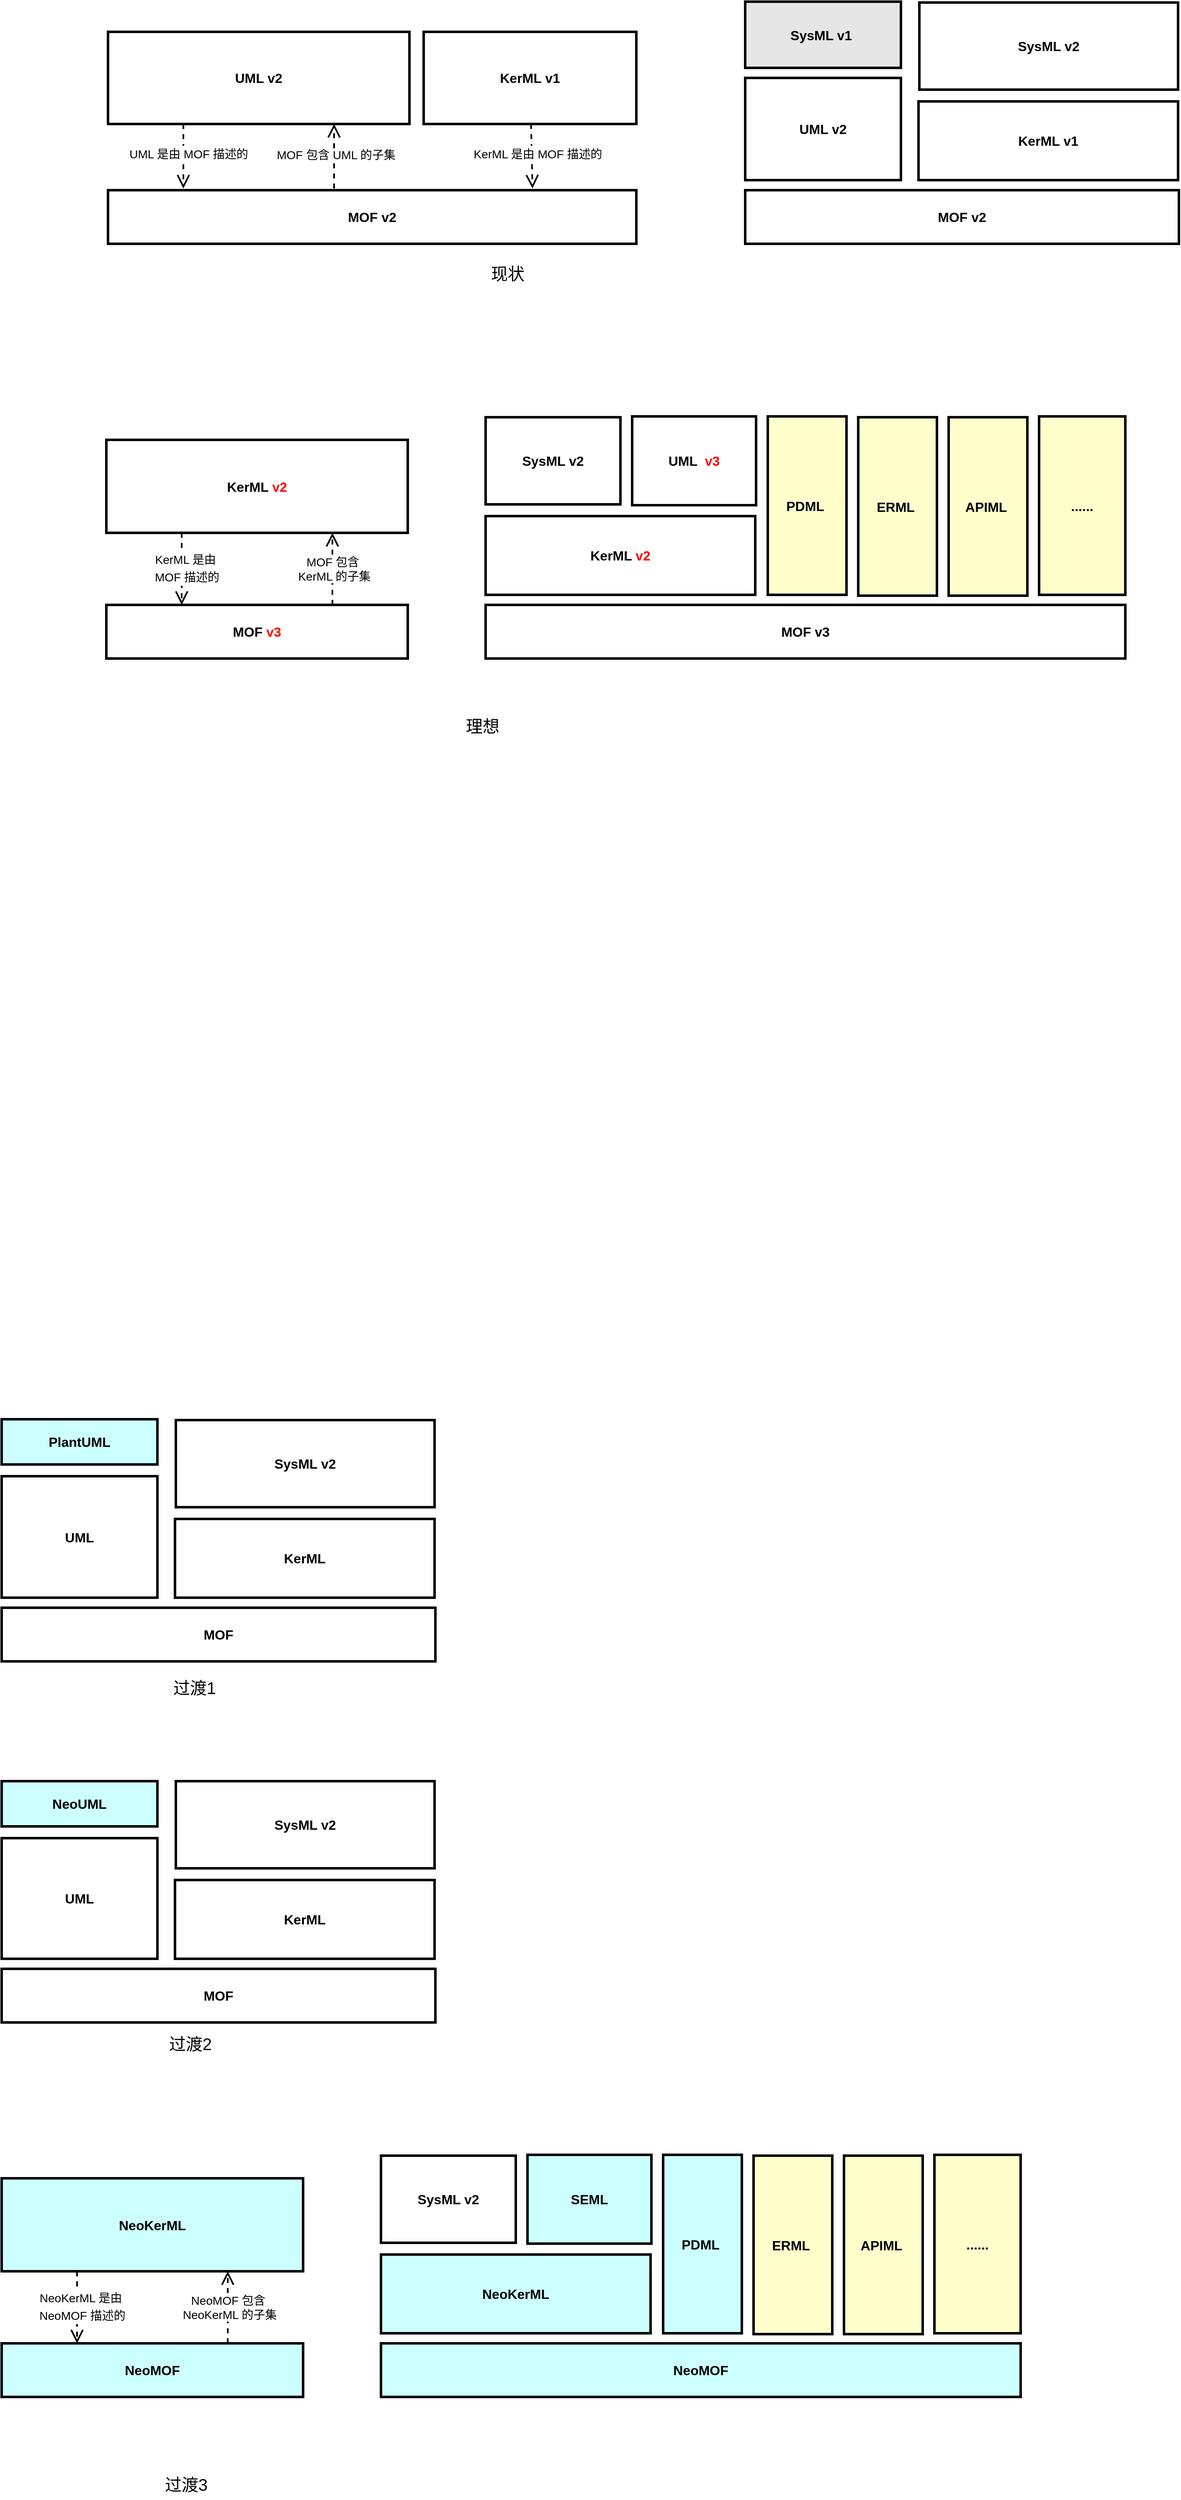
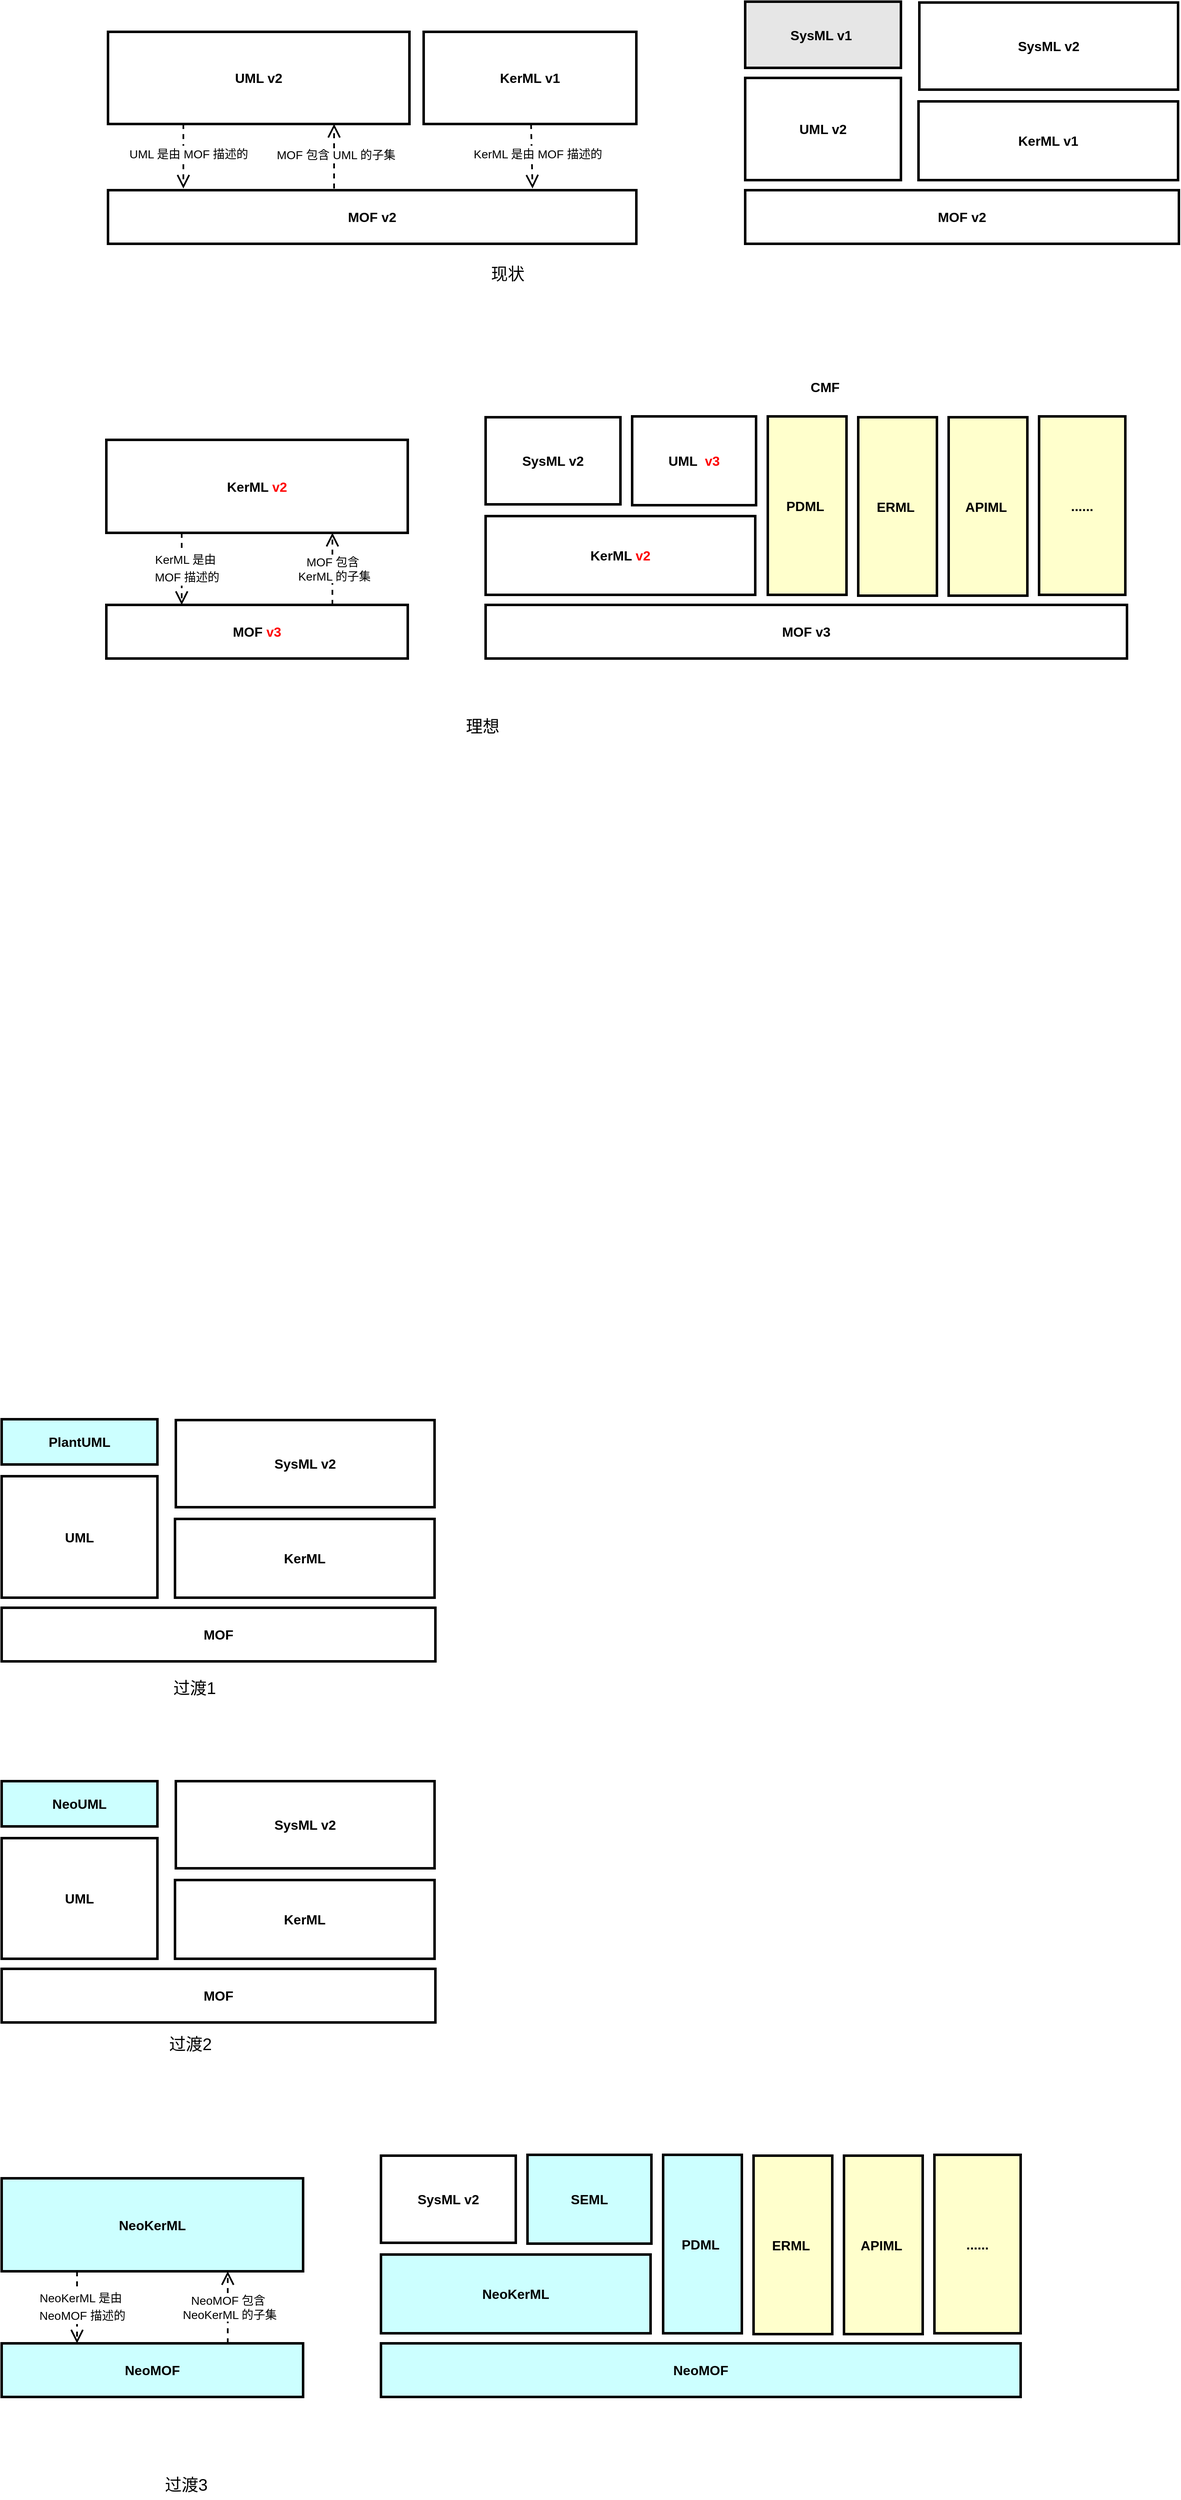
<mxfile host="Electron" agent="Mozilla/5.0 (Macintosh; Intel Mac OS X 10_15_7) AppleWebKit/537.36 (KHTML, like Gecko) draw.io/28.1.2 Chrome/138.0.7204.243 Electron/37.4.0 Safari/537.36" version="28.1.2">
  <diagram name="第 1 页" id="Hfy-JrRKz5rp5OO5RBwC">
-     <mxGraphModel dx="1614" dy="586" grid="0" gridSize="10" guides="1" tooltips="1" connect="1" arrows="1" fold="1" page="0" pageScale="1" pageWidth="1169" pageHeight="827" math="0" shadow="0">
+     <mxGraphModel dx="2497" dy="1220" grid="0" gridSize="10" guides="1" tooltips="1" connect="1" arrows="1" fold="1" page="0" pageScale="1" pageWidth="1169" pageHeight="827" math="0" shadow="0">
      <root>
        <mxCell id="0" />
        <mxCell id="1" parent="0" />
        <mxCell id="injfLy3uqloNW9Txc1e7-1" value="&lt;b&gt;&lt;font style=&quot;font-size: 16px;&quot;&gt;MOF v2&lt;/font&gt;&lt;/b&gt;" style="rounded=0;whiteSpace=wrap;html=1;strokeWidth=3;" parent="1" vertex="1">
          <mxGeometry x="-393" y="378" width="631" height="64" as="geometry" />
        </mxCell>
        <mxCell id="injfLy3uqloNW9Txc1e7-3" value="&lt;b&gt;&lt;font style=&quot;font-size: 16px;&quot;&gt;UML v2&lt;/font&gt;&lt;/b&gt;" style="rounded=0;whiteSpace=wrap;html=1;strokeWidth=3;" parent="1" vertex="1">
          <mxGeometry x="-393" y="189" width="360" height="110" as="geometry" />
        </mxCell>
        <mxCell id="injfLy3uqloNW9Txc1e7-4" value="" style="endArrow=open;html=1;rounded=0;entryX=0.75;entryY=1;entryDx=0;entryDy=0;dashed=1;startArrow=none;startFill=0;endFill=0;strokeWidth=2;endSize=12;" parent="1" target="injfLy3uqloNW9Txc1e7-3" edge="1">
          <mxGeometry width="50" height="50" relative="1" as="geometry">
            <mxPoint x="-123" y="376" as="sourcePoint" />
            <mxPoint x="-125" y="386" as="targetPoint" />
          </mxGeometry>
        </mxCell>
        <mxCell id="injfLy3uqloNW9Txc1e7-6" value="&lt;font style=&quot;font-size: 14px;&quot;&gt;MOF 包含 UML 的子集&lt;/font&gt;" style="edgeLabel;html=1;align=center;verticalAlign=middle;resizable=0;points=[];fontSize=13;" parent="injfLy3uqloNW9Txc1e7-4" vertex="1" connectable="0">
          <mxGeometry x="-0.1172" y="5" relative="1" as="geometry">
            <mxPoint x="7" y="-6" as="offset" />
          </mxGeometry>
        </mxCell>
        <mxCell id="injfLy3uqloNW9Txc1e7-5" value="" style="endArrow=open;html=1;rounded=0;exitX=0.25;exitY=1;exitDx=0;exitDy=0;dashed=1;startArrow=none;startFill=0;endFill=0;strokeWidth=2;endSize=12;" parent="1" source="injfLy3uqloNW9Txc1e7-3" edge="1">
          <mxGeometry width="50" height="50" relative="1" as="geometry">
            <mxPoint x="-253.5" y="281" as="sourcePoint" />
            <mxPoint x="-303" y="376" as="targetPoint" />
          </mxGeometry>
        </mxCell>
        <mxCell id="injfLy3uqloNW9Txc1e7-7" value="&lt;font style=&quot;font-size: 14px;&quot;&gt;UML 是由 MOF 描述的&lt;/font&gt;" style="edgeLabel;html=1;align=center;verticalAlign=middle;resizable=0;points=[];fontSize=17;" parent="injfLy3uqloNW9Txc1e7-5" vertex="1" connectable="0">
          <mxGeometry x="0.1503" y="-2" relative="1" as="geometry">
            <mxPoint x="8" y="-9" as="offset" />
          </mxGeometry>
        </mxCell>
        <mxCell id="injfLy3uqloNW9Txc1e7-8" value="&lt;b&gt;&lt;font style=&quot;font-size: 16px;&quot;&gt;MOF v2&lt;/font&gt;&lt;/b&gt;" style="rounded=0;whiteSpace=wrap;html=1;strokeWidth=3;" parent="1" vertex="1">
          <mxGeometry x="368" y="378" width="518" height="64" as="geometry" />
        </mxCell>
        <mxCell id="injfLy3uqloNW9Txc1e7-9" value="&lt;span style=&quot;font-size: 16px;&quot;&gt;&lt;b&gt;UML v2&lt;/b&gt;&lt;/span&gt;" style="rounded=0;whiteSpace=wrap;html=1;strokeWidth=3;" parent="1" vertex="1">
          <mxGeometry x="368" y="244" width="186" height="122" as="geometry" />
        </mxCell>
        <mxCell id="injfLy3uqloNW9Txc1e7-10" value="&lt;span style=&quot;font-size: 16px;&quot;&gt;&lt;b&gt;KerML v1&lt;/b&gt;&lt;/span&gt;" style="rounded=0;whiteSpace=wrap;html=1;strokeWidth=3;" parent="1" vertex="1">
          <mxGeometry x="575" y="272" width="310" height="94" as="geometry" />
        </mxCell>
        <mxCell id="injfLy3uqloNW9Txc1e7-11" value="&lt;p&gt;&lt;span style=&quot;font-size: 16px;&quot;&gt;&lt;b&gt;SysML v1&amp;nbsp;&lt;/b&gt;&lt;/span&gt;&lt;/p&gt;" style="rounded=0;whiteSpace=wrap;html=1;strokeWidth=3;fillColor=#E6E6E6;" parent="1" vertex="1">
          <mxGeometry x="368" y="153" width="186" height="79" as="geometry" />
        </mxCell>
        <mxCell id="injfLy3uqloNW9Txc1e7-12" value="&lt;span style=&quot;font-size: 16px;&quot;&gt;&lt;b&gt;SysML v2&lt;/b&gt;&lt;/span&gt;" style="rounded=0;whiteSpace=wrap;html=1;strokeWidth=3;" parent="1" vertex="1">
          <mxGeometry x="576" y="154" width="309" height="104" as="geometry" />
        </mxCell>
        <mxCell id="injfLy3uqloNW9Txc1e7-13" value="&lt;b&gt;&lt;font style=&quot;font-size: 16px;&quot;&gt;MOF v3&lt;/font&gt;&lt;/b&gt;" style="rounded=0;whiteSpace=wrap;html=1;strokeWidth=3;" parent="1" vertex="1">
-           <mxGeometry x="58" y="873" width="764" height="64" as="geometry" />
+           <mxGeometry x="58" y="873" width="766" height="64" as="geometry" />
        </mxCell>
        <mxCell id="injfLy3uqloNW9Txc1e7-14" value="&lt;span style=&quot;font-size: 16px;&quot;&gt;&lt;b&gt;PDML&amp;nbsp;&lt;/b&gt;&lt;/span&gt;" style="rounded=0;whiteSpace=wrap;html=1;strokeWidth=3;fillColor=#FFFFCC;" parent="1" vertex="1">
          <mxGeometry x="395" y="648" width="94" height="213" as="geometry" />
        </mxCell>
        <mxCell id="injfLy3uqloNW9Txc1e7-15" value="&lt;span style=&quot;font-size: 16px;&quot;&gt;&lt;b&gt;KerML &lt;font style=&quot;color: rgb(255, 0, 0);&quot;&gt;v2&lt;/font&gt;&lt;/b&gt;&lt;/span&gt;" style="rounded=0;whiteSpace=wrap;html=1;strokeWidth=3;" parent="1" vertex="1">
          <mxGeometry x="58" y="767" width="322" height="94" as="geometry" />
        </mxCell>
        <mxCell id="injfLy3uqloNW9Txc1e7-16" value="&lt;p&gt;&lt;span style=&quot;font-size: 16px;&quot;&gt;&lt;b&gt;SysML v2&lt;/b&gt;&lt;/span&gt;&lt;/p&gt;" style="rounded=0;whiteSpace=wrap;html=1;strokeWidth=3;" parent="1" vertex="1">
          <mxGeometry x="58" y="649" width="161" height="104" as="geometry" />
        </mxCell>
        <mxCell id="injfLy3uqloNW9Txc1e7-17" value="&lt;b style=&quot;font-size: 16px; background-color: transparent; color: light-dark(rgb(0, 0, 0), rgb(255, 255, 255));&quot;&gt;UML&amp;nbsp; &lt;/b&gt;&lt;b style=&quot;font-size: 16px; background-color: transparent;&quot;&gt;&lt;font style=&quot;color: light-dark(rgb(255, 0, 0), rgb(255, 255, 255));&quot;&gt;v3&lt;/font&gt;&lt;/b&gt;" style="rounded=0;whiteSpace=wrap;html=1;strokeWidth=3;" parent="1" vertex="1">
          <mxGeometry x="233" y="648" width="148" height="106" as="geometry" />
        </mxCell>
        <mxCell id="injfLy3uqloNW9Txc1e7-18" value="&lt;span style=&quot;font-size: 16px;&quot;&gt;&lt;b&gt;ERML&amp;nbsp;&lt;/b&gt;&lt;/span&gt;" style="rounded=0;whiteSpace=wrap;html=1;strokeWidth=3;fillColor=#FFFFCC;" parent="1" vertex="1">
          <mxGeometry x="503" y="649" width="94" height="213" as="geometry" />
        </mxCell>
        <mxCell id="injfLy3uqloNW9Txc1e7-19" value="&lt;span style=&quot;font-size: 16px;&quot;&gt;&lt;b&gt;APIML&amp;nbsp;&lt;/b&gt;&lt;/span&gt;" style="rounded=0;whiteSpace=wrap;html=1;strokeWidth=3;fillColor=#FFFFCC;" parent="1" vertex="1">
          <mxGeometry x="611" y="649" width="94" height="213" as="geometry" />
        </mxCell>
        <mxCell id="injfLy3uqloNW9Txc1e7-21" value="&lt;span style=&quot;font-size: 16px;&quot;&gt;&lt;b&gt;......&lt;/b&gt;&lt;/span&gt;" style="rounded=0;whiteSpace=wrap;html=1;strokeWidth=3;fillColor=#FFFFCC;" parent="1" vertex="1">
          <mxGeometry x="719" y="648" width="103" height="213" as="geometry" />
        </mxCell>
        <mxCell id="injfLy3uqloNW9Txc1e7-28" value="&lt;b&gt;&lt;font style=&quot;font-size: 16px;&quot;&gt;MOF &lt;font style=&quot;color: rgb(255, 0, 0);&quot;&gt;v3&lt;/font&gt;&lt;/font&gt;&lt;/b&gt;" style="rounded=0;whiteSpace=wrap;html=1;strokeWidth=3;" parent="1" vertex="1">
          <mxGeometry x="-395" y="873" width="360" height="64" as="geometry" />
        </mxCell>
        <mxCell id="injfLy3uqloNW9Txc1e7-29" value="&lt;b&gt;&lt;font style=&quot;font-size: 16px;&quot;&gt;KerML &lt;font style=&quot;color: rgb(255, 0, 0);&quot;&gt;v2&lt;/font&gt;&lt;/font&gt;&lt;/b&gt;" style="rounded=0;whiteSpace=wrap;html=1;strokeWidth=3;" parent="1" vertex="1">
          <mxGeometry x="-395" y="676" width="360" height="111" as="geometry" />
        </mxCell>
        <mxCell id="injfLy3uqloNW9Txc1e7-30" value="" style="endArrow=open;html=1;rounded=0;exitX=0.75;exitY=0;exitDx=0;exitDy=0;entryX=0.75;entryY=1;entryDx=0;entryDy=0;dashed=1;startArrow=none;startFill=0;endFill=0;strokeWidth=2;endSize=12;" parent="1" source="injfLy3uqloNW9Txc1e7-28" target="injfLy3uqloNW9Txc1e7-29" edge="1">
          <mxGeometry width="50" height="50" relative="1" as="geometry">
            <mxPoint x="-177" y="924" as="sourcePoint" />
            <mxPoint x="-127" y="874" as="targetPoint" />
          </mxGeometry>
        </mxCell>
        <mxCell id="injfLy3uqloNW9Txc1e7-31" value="&lt;font style=&quot;font-size: 14px;&quot;&gt;MOF 包含&amp;nbsp;&lt;/font&gt;&lt;div&gt;&lt;font style=&quot;font-size: 14px;&quot;&gt;KerML 的子集&lt;/font&gt;&lt;/div&gt;" style="edgeLabel;html=1;align=center;verticalAlign=middle;resizable=0;points=[];fontSize=13;" parent="injfLy3uqloNW9Txc1e7-30" vertex="1" connectable="0">
          <mxGeometry x="-0.1172" y="5" relative="1" as="geometry">
            <mxPoint x="7" y="-5" as="offset" />
          </mxGeometry>
        </mxCell>
        <mxCell id="injfLy3uqloNW9Txc1e7-32" value="" style="endArrow=open;html=1;rounded=0;exitX=0.25;exitY=1;exitDx=0;exitDy=0;dashed=1;startArrow=none;startFill=0;endFill=0;strokeWidth=2;endSize=12;entryX=0.25;entryY=0;entryDx=0;entryDy=0;" parent="1" source="injfLy3uqloNW9Txc1e7-29" target="injfLy3uqloNW9Txc1e7-28" edge="1">
          <mxGeometry width="50" height="50" relative="1" as="geometry">
            <mxPoint x="-255.5" y="769" as="sourcePoint" />
            <mxPoint x="-255.49999999999977" y="866" as="targetPoint" />
          </mxGeometry>
        </mxCell>
        <mxCell id="injfLy3uqloNW9Txc1e7-33" value="&lt;font style=&quot;font-size: 14px;&quot;&gt;KerML 是由&amp;nbsp;&lt;/font&gt;&lt;div&gt;&lt;font style=&quot;font-size: 14px;&quot;&gt;MOF 描述的&lt;/font&gt;&lt;/div&gt;" style="edgeLabel;html=1;align=center;verticalAlign=middle;resizable=0;points=[];fontSize=17;" parent="injfLy3uqloNW9Txc1e7-32" vertex="1" connectable="0">
          <mxGeometry x="0.1503" y="-2" relative="1" as="geometry">
            <mxPoint x="8" y="-8" as="offset" />
          </mxGeometry>
        </mxCell>
        <mxCell id="injfLy3uqloNW9Txc1e7-34" value="现状" style="text;html=1;align=center;verticalAlign=middle;resizable=0;points=[];autosize=1;strokeColor=none;fillColor=none;fontSize=20;" parent="1" vertex="1">
          <mxGeometry x="55" y="459" width="58" height="36" as="geometry" />
        </mxCell>
        <mxCell id="injfLy3uqloNW9Txc1e7-35" value="理想" style="text;html=1;align=center;verticalAlign=middle;resizable=0;points=[];autosize=1;strokeColor=none;fillColor=none;fontSize=20;" parent="1" vertex="1">
          <mxGeometry x="25" y="999" width="58" height="36" as="geometry" />
        </mxCell>
        <mxCell id="tUhTGS8vrzT1yDis5r_B-1" value="&lt;b&gt;&lt;font style=&quot;font-size: 16px;&quot;&gt;NeoMOF&lt;/font&gt;&lt;/b&gt;" style="rounded=0;whiteSpace=wrap;html=1;strokeWidth=3;fillColor=#CCFFFF;" vertex="1" parent="1">
          <mxGeometry x="-67" y="2948" width="764" height="64" as="geometry" />
        </mxCell>
        <mxCell id="tUhTGS8vrzT1yDis5r_B-2" value="&lt;span style=&quot;font-size: 16px;&quot;&gt;&lt;b&gt;PDML&amp;nbsp;&lt;/b&gt;&lt;/span&gt;" style="rounded=0;whiteSpace=wrap;html=1;strokeWidth=3;fillColor=#CCFFFF;" vertex="1" parent="1">
          <mxGeometry x="270" y="2723" width="94" height="213" as="geometry" />
        </mxCell>
        <mxCell id="tUhTGS8vrzT1yDis5r_B-3" value="&lt;span style=&quot;font-size: 16px;&quot;&gt;&lt;b&gt;NeoKerML&lt;/b&gt;&lt;/span&gt;" style="rounded=0;whiteSpace=wrap;html=1;strokeWidth=3;fillColor=#CCFFFF;" vertex="1" parent="1">
          <mxGeometry x="-67" y="2842" width="322" height="94" as="geometry" />
        </mxCell>
        <mxCell id="tUhTGS8vrzT1yDis5r_B-4" value="&lt;p&gt;&lt;span style=&quot;font-size: 16px;&quot;&gt;&lt;b&gt;SysML v2&lt;/b&gt;&lt;/span&gt;&lt;/p&gt;" style="rounded=0;whiteSpace=wrap;html=1;strokeWidth=3;" vertex="1" parent="1">
          <mxGeometry x="-67" y="2724" width="161" height="104" as="geometry" />
        </mxCell>
        <mxCell id="tUhTGS8vrzT1yDis5r_B-5" value="&lt;span style=&quot;font-size: 16px;&quot;&gt;&lt;b&gt;SEML&lt;/b&gt;&lt;/span&gt;" style="rounded=0;whiteSpace=wrap;html=1;strokeWidth=3;fillColor=#CCFFFF;" vertex="1" parent="1">
          <mxGeometry x="108" y="2723" width="148" height="106" as="geometry" />
        </mxCell>
        <mxCell id="tUhTGS8vrzT1yDis5r_B-6" value="&lt;span style=&quot;font-size: 16px;&quot;&gt;&lt;b&gt;ERML&amp;nbsp;&lt;/b&gt;&lt;/span&gt;" style="rounded=0;whiteSpace=wrap;html=1;strokeWidth=3;fillColor=#FFFFCC;" vertex="1" parent="1">
          <mxGeometry x="378" y="2724" width="94" height="213" as="geometry" />
        </mxCell>
        <mxCell id="tUhTGS8vrzT1yDis5r_B-7" value="&lt;span style=&quot;font-size: 16px;&quot;&gt;&lt;b&gt;APIML&amp;nbsp;&lt;/b&gt;&lt;/span&gt;" style="rounded=0;whiteSpace=wrap;html=1;strokeWidth=3;fillColor=#FFFFCC;" vertex="1" parent="1">
          <mxGeometry x="486" y="2724" width="94" height="213" as="geometry" />
        </mxCell>
        <mxCell id="tUhTGS8vrzT1yDis5r_B-8" value="&lt;span style=&quot;font-size: 16px;&quot;&gt;&lt;b&gt;......&lt;/b&gt;&lt;/span&gt;" style="rounded=0;whiteSpace=wrap;html=1;strokeWidth=3;fillColor=#FFFFCC;" vertex="1" parent="1">
          <mxGeometry x="594" y="2723" width="103" height="213" as="geometry" />
        </mxCell>
        <mxCell id="tUhTGS8vrzT1yDis5r_B-9" value="&lt;b&gt;&lt;font style=&quot;font-size: 16px;&quot;&gt;NeoMOF&lt;/font&gt;&lt;/b&gt;" style="rounded=0;whiteSpace=wrap;html=1;strokeWidth=3;fillColor=#CCFFFF;" vertex="1" parent="1">
          <mxGeometry x="-520" y="2948" width="360" height="64" as="geometry" />
        </mxCell>
        <mxCell id="tUhTGS8vrzT1yDis5r_B-10" value="&lt;b&gt;&lt;font style=&quot;font-size: 16px;&quot;&gt;NeoKerML&lt;/font&gt;&lt;/b&gt;" style="rounded=0;whiteSpace=wrap;html=1;strokeWidth=3;fillColor=#CCFFFF;" vertex="1" parent="1">
          <mxGeometry x="-520" y="2751" width="360" height="111" as="geometry" />
        </mxCell>
        <mxCell id="tUhTGS8vrzT1yDis5r_B-11" value="" style="endArrow=open;html=1;rounded=0;exitX=0.75;exitY=0;exitDx=0;exitDy=0;entryX=0.75;entryY=1;entryDx=0;entryDy=0;dashed=1;startArrow=none;startFill=0;endFill=0;strokeWidth=2;endSize=12;" edge="1" parent="1" source="tUhTGS8vrzT1yDis5r_B-9" target="tUhTGS8vrzT1yDis5r_B-10">
          <mxGeometry width="50" height="50" relative="1" as="geometry">
            <mxPoint x="-302" y="2999" as="sourcePoint" />
            <mxPoint x="-252" y="2949" as="targetPoint" />
          </mxGeometry>
        </mxCell>
        <mxCell id="tUhTGS8vrzT1yDis5r_B-12" value="&lt;font style=&quot;font-size: 14px;&quot;&gt;NeoMOF 包含&amp;nbsp;&lt;/font&gt;&lt;div&gt;&lt;font style=&quot;font-size: 14px;&quot;&gt;NeoKerML 的子集&lt;/font&gt;&lt;/div&gt;" style="edgeLabel;html=1;align=center;verticalAlign=middle;resizable=0;points=[];fontSize=13;" vertex="1" connectable="0" parent="tUhTGS8vrzT1yDis5r_B-11">
          <mxGeometry x="-0.1172" y="5" relative="1" as="geometry">
            <mxPoint x="7" y="-5" as="offset" />
          </mxGeometry>
        </mxCell>
        <mxCell id="tUhTGS8vrzT1yDis5r_B-13" value="" style="endArrow=open;html=1;rounded=0;exitX=0.25;exitY=1;exitDx=0;exitDy=0;dashed=1;startArrow=none;startFill=0;endFill=0;strokeWidth=2;endSize=12;entryX=0.25;entryY=0;entryDx=0;entryDy=0;" edge="1" parent="1" source="tUhTGS8vrzT1yDis5r_B-10" target="tUhTGS8vrzT1yDis5r_B-9">
          <mxGeometry width="50" height="50" relative="1" as="geometry">
            <mxPoint x="-380.5" y="2844" as="sourcePoint" />
            <mxPoint x="-380.4999999999998" y="2941" as="targetPoint" />
          </mxGeometry>
        </mxCell>
        <mxCell id="tUhTGS8vrzT1yDis5r_B-14" value="&lt;font style=&quot;font-size: 14px;&quot;&gt;NeoKerML 是由&amp;nbsp;&lt;/font&gt;&lt;div&gt;&lt;font style=&quot;font-size: 14px;&quot;&gt;NeoMOF 描述的&lt;/font&gt;&lt;/div&gt;" style="edgeLabel;html=1;align=center;verticalAlign=middle;resizable=0;points=[];fontSize=17;" vertex="1" connectable="0" parent="tUhTGS8vrzT1yDis5r_B-13">
          <mxGeometry x="0.1503" y="-2" relative="1" as="geometry">
            <mxPoint x="8" y="-8" as="offset" />
          </mxGeometry>
        </mxCell>
        <mxCell id="tUhTGS8vrzT1yDis5r_B-15" value="过渡3" style="text;html=1;align=center;verticalAlign=middle;resizable=0;points=[];autosize=1;strokeColor=none;fillColor=none;fontSize=20;" vertex="1" parent="1">
          <mxGeometry x="-335" y="3098" width="69" height="36" as="geometry" />
        </mxCell>
        <mxCell id="tUhTGS8vrzT1yDis5r_B-21" value="&lt;span style=&quot;font-size: 16px;&quot;&gt;&lt;b&gt;KerML v1&lt;/b&gt;&lt;/span&gt;" style="rounded=0;whiteSpace=wrap;html=1;strokeWidth=3;" vertex="1" parent="1">
          <mxGeometry x="-16" y="189" width="254" height="110" as="geometry" />
        </mxCell>
        <mxCell id="tUhTGS8vrzT1yDis5r_B-22" value="" style="endArrow=open;html=1;rounded=0;dashed=1;startArrow=none;startFill=0;endFill=0;strokeWidth=2;endSize=12;" edge="1" parent="1" source="tUhTGS8vrzT1yDis5r_B-21">
          <mxGeometry width="50" height="50" relative="1" as="geometry">
            <mxPoint x="-307" y="341" as="sourcePoint" />
            <mxPoint x="114" y="376" as="targetPoint" />
          </mxGeometry>
        </mxCell>
        <mxCell id="tUhTGS8vrzT1yDis5r_B-23" value="&lt;font style=&quot;font-size: 14px;&quot;&gt;KerML 是由 MOF 描述的&lt;/font&gt;" style="edgeLabel;html=1;align=center;verticalAlign=middle;resizable=0;points=[];fontSize=17;" vertex="1" connectable="0" parent="tUhTGS8vrzT1yDis5r_B-22">
          <mxGeometry x="0.1503" y="-2" relative="1" as="geometry">
            <mxPoint x="8" y="-9" as="offset" />
          </mxGeometry>
        </mxCell>
        <mxCell id="tUhTGS8vrzT1yDis5r_B-24" value="&lt;b&gt;&lt;font style=&quot;font-size: 16px;&quot;&gt;MOF&lt;/font&gt;&lt;/b&gt;" style="rounded=0;whiteSpace=wrap;html=1;strokeWidth=3;" vertex="1" parent="1">
          <mxGeometry x="-520" y="2070" width="518" height="64" as="geometry" />
        </mxCell>
        <mxCell id="tUhTGS8vrzT1yDis5r_B-25" value="&lt;span style=&quot;font-size: 16px;&quot;&gt;&lt;b&gt;UML&lt;/b&gt;&lt;/span&gt;" style="rounded=0;whiteSpace=wrap;html=1;strokeWidth=3;" vertex="1" parent="1">
          <mxGeometry x="-520" y="1913" width="186" height="145" as="geometry" />
        </mxCell>
        <mxCell id="tUhTGS8vrzT1yDis5r_B-26" value="&lt;span style=&quot;font-size: 16px;&quot;&gt;&lt;b&gt;KerML&lt;/b&gt;&lt;/span&gt;" style="rounded=0;whiteSpace=wrap;html=1;strokeWidth=3;" vertex="1" parent="1">
          <mxGeometry x="-313" y="1964" width="310" height="94" as="geometry" />
        </mxCell>
        <mxCell id="tUhTGS8vrzT1yDis5r_B-27" value="&lt;p&gt;&lt;span style=&quot;font-size: 16px;&quot;&gt;&lt;b&gt;PlantUML&lt;/b&gt;&lt;/span&gt;&lt;/p&gt;" style="rounded=0;whiteSpace=wrap;html=1;strokeWidth=3;fillColor=#CCFFFF;" vertex="1" parent="1">
          <mxGeometry x="-520" y="1845" width="186" height="54" as="geometry" />
        </mxCell>
        <mxCell id="tUhTGS8vrzT1yDis5r_B-28" value="&lt;span style=&quot;font-size: 16px;&quot;&gt;&lt;b&gt;SysML v2&lt;/b&gt;&lt;/span&gt;" style="rounded=0;whiteSpace=wrap;html=1;strokeWidth=3;" vertex="1" parent="1">
          <mxGeometry x="-312" y="1846" width="309" height="104" as="geometry" />
        </mxCell>
        <mxCell id="tUhTGS8vrzT1yDis5r_B-29" value="&lt;b&gt;&lt;font style=&quot;font-size: 16px;&quot;&gt;MOF&lt;/font&gt;&lt;/b&gt;" style="rounded=0;whiteSpace=wrap;html=1;strokeWidth=3;" vertex="1" parent="1">
          <mxGeometry x="-520" y="2501" width="518" height="64" as="geometry" />
        </mxCell>
        <mxCell id="tUhTGS8vrzT1yDis5r_B-30" value="&lt;span style=&quot;font-size: 16px;&quot;&gt;&lt;b&gt;UML&lt;/b&gt;&lt;/span&gt;" style="rounded=0;whiteSpace=wrap;html=1;strokeWidth=3;" vertex="1" parent="1">
          <mxGeometry x="-520" y="2345" width="186" height="144" as="geometry" />
        </mxCell>
        <mxCell id="tUhTGS8vrzT1yDis5r_B-31" value="&lt;span style=&quot;font-size: 16px;&quot;&gt;&lt;b&gt;KerML&lt;/b&gt;&lt;/span&gt;" style="rounded=0;whiteSpace=wrap;html=1;strokeWidth=3;" vertex="1" parent="1">
          <mxGeometry x="-313" y="2395" width="310" height="94" as="geometry" />
        </mxCell>
        <mxCell id="tUhTGS8vrzT1yDis5r_B-32" value="&lt;p&gt;&lt;span style=&quot;font-size: 16px;&quot;&gt;&lt;b&gt;NeoUML&lt;/b&gt;&lt;/span&gt;&lt;/p&gt;" style="rounded=0;whiteSpace=wrap;html=1;strokeWidth=3;fillColor=#CCFFFF;" vertex="1" parent="1">
          <mxGeometry x="-520" y="2277" width="186" height="54" as="geometry" />
        </mxCell>
        <mxCell id="tUhTGS8vrzT1yDis5r_B-33" value="&lt;span style=&quot;font-size: 16px;&quot;&gt;&lt;b&gt;SysML v2&lt;/b&gt;&lt;/span&gt;" style="rounded=0;whiteSpace=wrap;html=1;strokeWidth=3;" vertex="1" parent="1">
          <mxGeometry x="-312" y="2277" width="309" height="104" as="geometry" />
        </mxCell>
        <mxCell id="tUhTGS8vrzT1yDis5r_B-34" value="过渡1" style="text;html=1;align=center;verticalAlign=middle;resizable=0;points=[];autosize=1;strokeColor=none;fillColor=none;fontSize=20;" vertex="1" parent="1">
          <mxGeometry x="-325" y="2147" width="69" height="36" as="geometry" />
        </mxCell>
        <mxCell id="tUhTGS8vrzT1yDis5r_B-35" value="过渡2" style="text;html=1;align=center;verticalAlign=middle;resizable=0;points=[];autosize=1;strokeColor=none;fillColor=none;fontSize=20;" vertex="1" parent="1">
          <mxGeometry x="-330" y="2572" width="69" height="36" as="geometry" />
+         </mxCell>
+         <mxCell id="tUhTGS8vrzT1yDis5r_B-43" value="CMF" style="text;html=1;align=center;verticalAlign=middle;resizable=0;points=[];autosize=1;strokeColor=none;fillColor=none;fontStyle=1;fontSize=16;" vertex="1" parent="1">
+           <mxGeometry x="436" y="597" width="53" height="31" as="geometry" />
        </mxCell>
      </root>
    </mxGraphModel>
  </diagram>
</mxfile>
